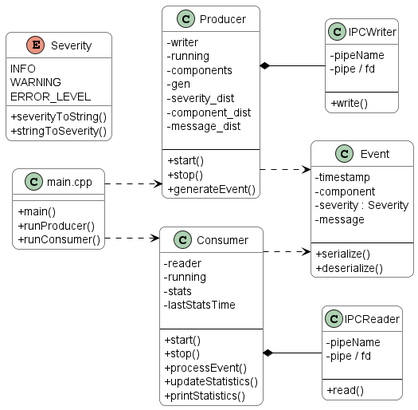
Earlier version of the PlantUML export doc/uml/class_diagram/class_diagram.png (JonasDressner/event_system). The source it was exported from:
```plantuml
@startuml class_diagram

left to right direction
skinparam linetype ortho
skinparam classAttributeIconSize 0

skinparam shadowing false
skinparam roundcorner 15

skinparam class {
    BackgroundColor white
    BorderColor black
    ArrowColor black
}

class Event {
    - timestamp
    - component
    - severity : Severity
    - message

    --
    + serialize()
    + deserialize()
}

enum Severity {
    INFO
    WARNING
    ERROR_LEVEL
}

class Producer {
    - writer
    - running
    - components
    - gen
    - severity_dist
    - component_dist
    - message_dist

    --
    + start()
    + stop()
    + generateEvent()
}

class Consumer {
    - reader
    - running
    - stats
    - lastStatsTime

    --
    + start()
    + stop()
    + processEvent()
    + updateStatistics()
    + printStatistics()
}

class IPCWriter {
    - pipeName
    - pipe / fd

    --
    + write()
}

class IPCReader {
    - pipeName
    - pipe / fd

    --
    + read()
}

class "main.cpp" as Main {
    + main()
    + runProducer()
    + runConsumer()
}

Severity : + severityToString()
Severity : + stringToSeverity()

Producer *-- IPCWriter
Consumer *-- IPCReader

Producer ..> Event
Consumer ..> Event

Main ..> Producer
Main ..> Consumer

@enduml
```
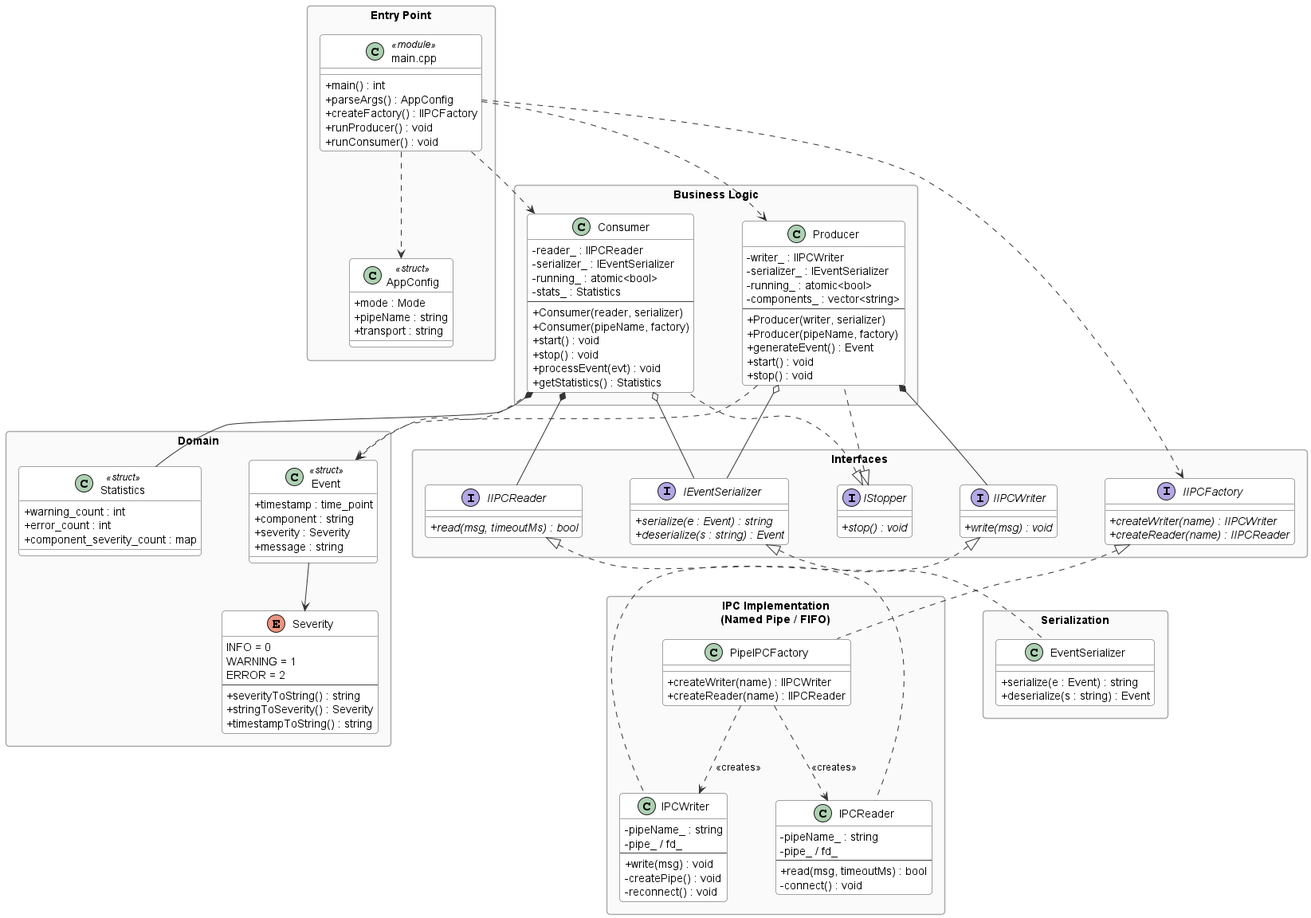
Above is the later version.

Commit message:
add component and sequence diagram, add latex presentation

Diff of the diagram source:
```diff
@@ -1,96 +1,185 @@
 @startuml class_diagram
 
-left to right direction
-skinparam linetype ortho
+top to bottom direction
 skinparam classAttributeIconSize 0
-
 skinparam shadowing false
-skinparam roundcorner 15
+skinparam roundcorner 8
+skinparam packageStyle rectangle
 
 skinparam class {
     BackgroundColor white
-    BorderColor black
-    ArrowColor black
+    BorderColor #444444
+    ArrowColor #333333
 }
 
-class Event {
-    - timestamp
-    - component
-    - severity : Severity
-    - message
-
-    --
-    + serialize()
-    + deserialize()
+skinparam ArrowColor<<realize>> #2980b9
+skinparam ArrowColor<<compose>> #555555
+skinparam interface {
+    BackgroundColor #e8f4fb
+    BorderColor #2980b9
+}
+skinparam package {
+    BackgroundColor #fafafa
+    BorderColor #aaaaaa
+    FontStyle bold
 }
 
-enum Severity {
-    INFO
-    WARNING
-    ERROR_LEVEL
+skinparam nodesep 60
+skinparam ranksep 50
+skinparam enum {
+    BackgroundColor #fff8e1
+    BorderColor #f39c12
 }
 
-class Producer {
-    - writer
-    - running
-    - components
-    - gen
-    - severity_dist
-    - component_dist
-    - message_dist
+package "Entry Point" {
+    class AppConfig <<struct>> {
+        + mode : Mode
+        + pipeName : string
+        + transport : string
+    }
 
-    --
-    + start()
-    + stop()
-    + generateEvent()
+    class "main.cpp" as Main <<module>> {
+        + main() : int
+        + parseArgs() : AppConfig
+        + createFactory() : IIPCFactory
+        + runProducer() : void
+        + runConsumer() : void
+    }
 }
 
-class Consumer {
-    - reader
-    - running
-    - stats
-    - lastStatsTime
+package "Business Logic" {
+    class Producer {
+        - writer_ : IIPCWriter
+        - serializer_ : IEventSerializer
+        - running_ : atomic<bool>
+        - components_ : vector<string>
+        --
+        + Producer(writer, serializer)
+        + Producer(pipeName, factory)
+        + generateEvent() : Event
+        + start() : void
+        + stop() : void
+    }
 
-    --
-    + start()
-    + stop()
-    + processEvent()
-    + updateStatistics()
-    + printStatistics()
+    class Consumer {
+        - reader_ : IIPCReader
+        - serializer_ : IEventSerializer
+        - running_ : atomic<bool>
+        - stats_ : Statistics
+        --
+        + Consumer(reader, serializer)
+        + Consumer(pipeName, factory)
+        + start() : void
+        + stop() : void
+        + processEvent(evt) : void
+        + getStatistics() : Statistics
+    }
 }
 
-class IPCWriter {
-    - pipeName
-    - pipe / fd
+package "Interfaces" {
+    interface IStopper {
+        + {abstract} stop() : void
+    }
 
-    --
-    + write()
+    interface IIPCWriter {
+        + {abstract} write(msg) : void
+    }
+
+    interface IIPCReader {
+        + {abstract} read(msg, timeoutMs) : bool
+    }
+
+    interface IIPCFactory {
+        + {abstract} createWriter(name) : IIPCWriter
+        + {abstract} createReader(name) : IIPCReader
+    }
+
+    interface IEventSerializer {
+        + {abstract} serialize(e : Event) : string
+        + {abstract} deserialize(s : string) : Event
+    }
 }
 
-class IPCReader {
-    - pipeName
-    - pipe / fd
+package "Domain" {
+    class Event <<struct>> {
+        + timestamp : time_point
+        + component : string
+        + severity : Severity
+        + message : string
+    }
 
-    --
-    + read()
+    enum Severity {
+        INFO = 0
+        WARNING = 1
+        ERROR = 2
+        --
+        + severityToString() : string
+        + stringToSeverity() : Severity
+        + timestampToString() : string
+    }
+
+    class Statistics <<struct>> {
+        + warning_count : int
+        + error_count : int
+        + component_severity_count : map
+    }
 }
 
-class "main.cpp" as Main {
-    + main()
-    + runProducer()
-    + runConsumer()
+package "IPC Implementation\n(Named Pipe / FIFO)" {
+    class IPCWriter {
+        - pipeName_ : string
+        - pipe_ / fd_
+        --
+        + write(msg) : void
+        - createPipe() : void
+        - reconnect() : void
+    }
+
+    class IPCReader {
+        - pipeName_ : string
+        - pipe_ / fd_
+        --
+        + read(msg, timeoutMs) : bool
+        - connect() : void
+    }
+
+    class PipeIPCFactory {
+        + createWriter(name) : IIPCWriter
+        + createReader(name) : IIPCReader
+    }
 }
 
-Severity : + severityToString()
-Severity : + stringToSeverity()
+package "Serialization" {
+    class EventSerializer {
+        + serialize(e : Event) : string
+        + deserialize(s : string) : Event
+    }
+}
 
-Producer *-- IPCWriter
-Consumer *-- IPCReader
 
-Producer ..> Event
-Consumer ..> Event
+IStopper         <|..  Producer
+IStopper         <|..  Consumer
+IIPCWriter       <|..  IPCWriter
+IIPCReader       <|..  IPCReader
+IIPCFactory      <|..  PipeIPCFactory
+IEventSerializer <|..  EventSerializer
 
-Main ..> Producer
-Main ..> Consumer
+PipeIPCFactory  ..>  IPCWriter  : <<creates>>
+PipeIPCFactory  ..>  IPCReader  : <<creates>>
+
+Producer  *--  IIPCWriter
+Producer  o--  IEventSerializer
+Consumer  *--  IIPCReader
+Consumer  o--  IEventSerializer
+Consumer  *--  Statistics
+
+Event      -->  Severity
+Producer  ..>   Event
+Consumer  ..>   Event
+
+Main  ..>  IIPCFactory
+Main  ..>  AppConfig
+Main  ..>  Producer
+Main  ..>  Consumer
 
 @enduml
```
